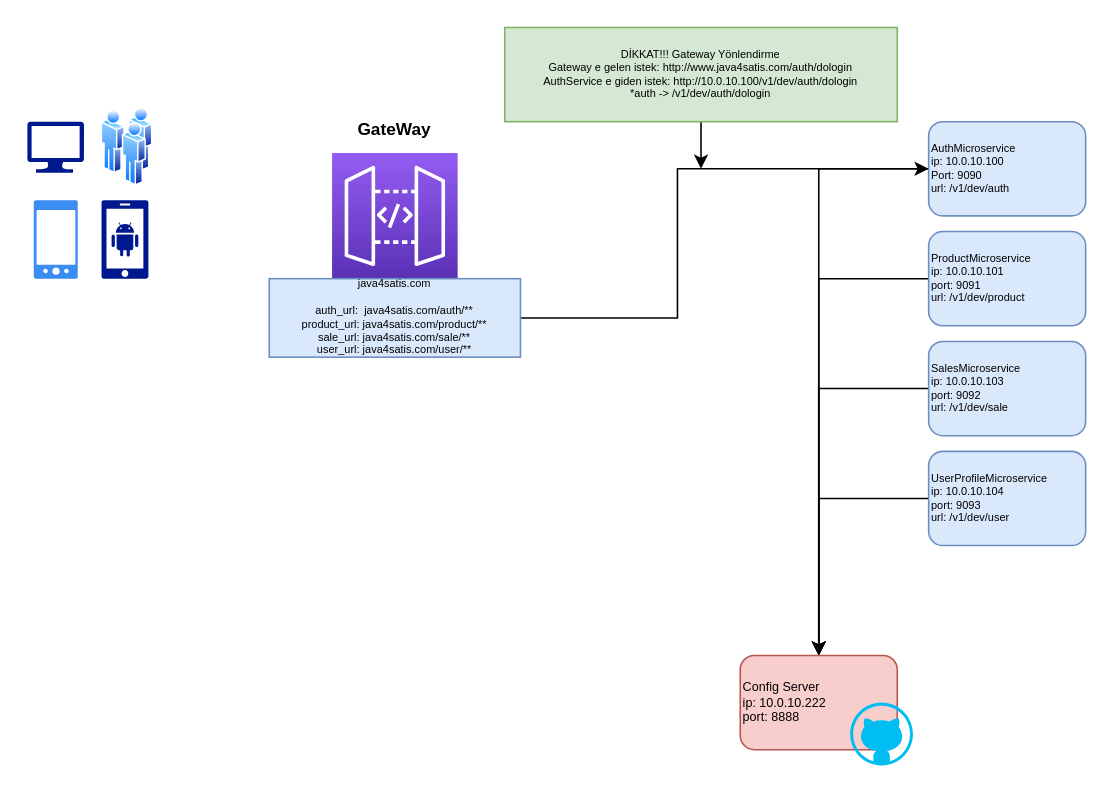
Before: Java4Arch.drawio in bilgejava6/Java4MicroService, a draw.io diagram. Source tidied: cells renumbered, new cells numbered last; positions are measured from the earlier drawing's top-left corner, leaving out a move shared by most shapes. Both pictures are drawn from the tidied source at 157%, with x=0, y=0 at pixel (27, 27).
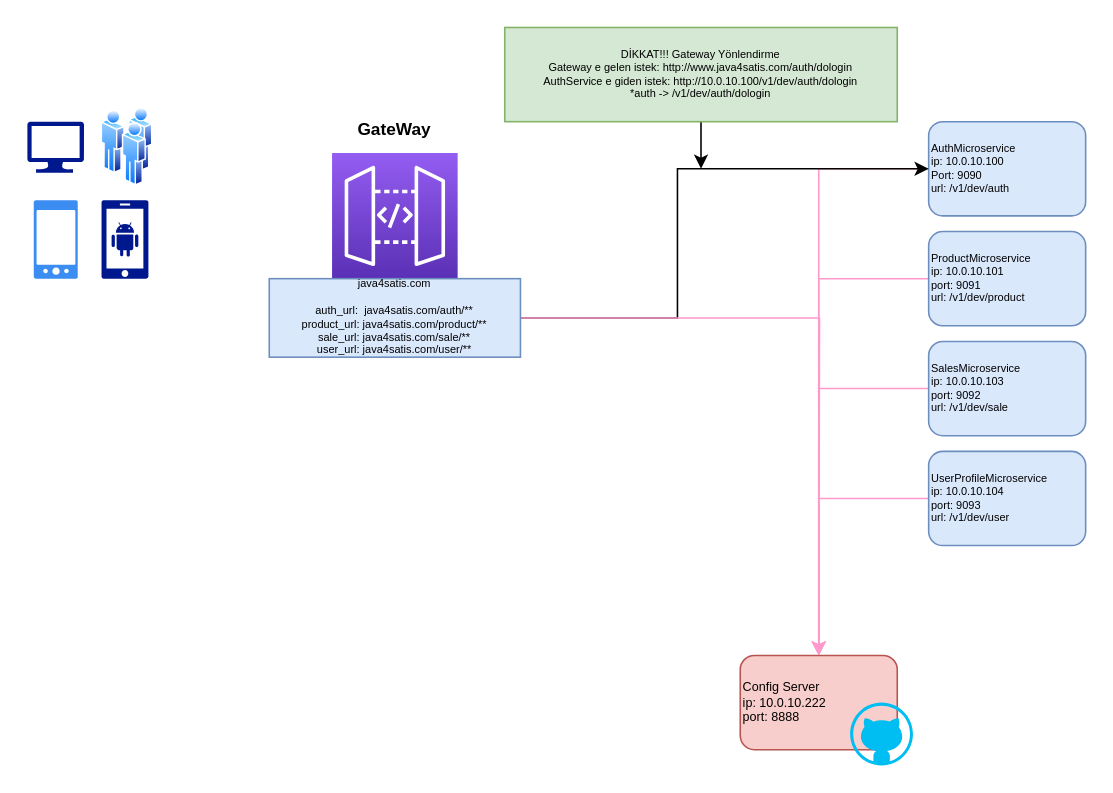
The same page after the edit.

The change refers to these unchanged cells:
```xml
<mxCell id="3" value="&lt;font style=&quot;font-size: 7px;&quot;&gt;AuthMicroservice&lt;br style=&quot;font-size: 7px;&quot;&gt;ip: 10.0.10.100&lt;br style=&quot;font-size: 7px;&quot;&gt;Port: 9090&lt;br style=&quot;font-size: 7px;&quot;&gt;url:&amp;nbsp;/v1/dev/auth&lt;br style=&quot;font-size: 7px;&quot;&gt;&lt;/font&gt;" style="rounded=1;whiteSpace=wrap;html=1;fillColor=#dae8fc;strokeColor=#6c8ebf;align=left;fontSize=7;horizontal=1;" parent="1" vertex="1">
  <mxGeometry x="574" y="60" width="100" height="60" as="geometry" />
</mxCell>
<mxCell id="5" value="&lt;font style=&quot;font-size: 7px;&quot;&gt;ProductMicroservice&lt;br style=&quot;font-size: 7px;&quot;&gt;ip: 10.0.10.101&lt;br style=&quot;font-size: 7px;&quot;&gt;port: 9091&lt;br style=&quot;font-size: 7px;&quot;&gt;url:&amp;nbsp;/v1/dev/product&lt;br style=&quot;font-size: 7px;&quot;&gt;&lt;/font&gt;" style="rounded=1;whiteSpace=wrap;html=1;fillColor=#dae8fc;strokeColor=#6c8ebf;align=left;fontSize=7;" parent="1" vertex="1">
  <mxGeometry x="574" y="130" width="100" height="60" as="geometry" />
</mxCell>
<mxCell id="7" value="&lt;font style=&quot;font-size: 7px;&quot;&gt;SalesMicroservice&lt;br style=&quot;font-size: 7px;&quot;&gt;ip: 10.0.10.103&lt;br style=&quot;font-size: 7px;&quot;&gt;port: 9092&lt;br style=&quot;font-size: 7px;&quot;&gt;url:&amp;nbsp;/v1/dev/sale&lt;br style=&quot;font-size: 7px;&quot;&gt;&lt;/font&gt;" style="rounded=1;whiteSpace=wrap;html=1;fillColor=#dae8fc;strokeColor=#6c8ebf;align=left;fontSize=7;" parent="1" vertex="1">
  <mxGeometry x="574" y="200" width="100" height="60" as="geometry" />
</mxCell>
<mxCell id="9" value="&lt;font style=&quot;font-size: 7px;&quot;&gt;UserProfileMicroservice&lt;br style=&quot;font-size: 7px;&quot;&gt;ip: 10.0.10.104&lt;br style=&quot;font-size: 7px;&quot;&gt;port: 9093&lt;br style=&quot;font-size: 7px;&quot;&gt;url:&amp;nbsp;/v1/dev/user&lt;br style=&quot;font-size: 7px;&quot;&gt;&lt;/font&gt;" style="rounded=1;whiteSpace=wrap;html=1;fillColor=#dae8fc;strokeColor=#6c8ebf;align=left;fontSize=7;" parent="1" vertex="1">
  <mxGeometry x="574" y="270" width="100" height="60" as="geometry" />
</mxCell>
<mxCell id="11" value="&lt;font style=&quot;font-size: 8px;&quot;&gt;Config Server&lt;br style=&quot;font-size: 8px;&quot;&gt;ip: 10.0.10.222&lt;br&gt;port: 8888&lt;br style=&quot;font-size: 8px;&quot;&gt;&lt;/font&gt;" style="rounded=1;whiteSpace=wrap;html=1;fillColor=#f8cecc;strokeColor=#b85450;align=left;fontSize=8;" parent="10" vertex="1">
  <mxGeometry width="100" height="60" as="geometry" />
</mxCell>
<mxCell id="20" value="java4satis.com&lt;br style=&quot;font-size: 7px;&quot;&gt;&lt;br style=&quot;font-size: 7px;&quot;&gt;auth_url:&amp;nbsp; java4satis.com/auth/**&lt;br style=&quot;font-size: 7px;&quot;&gt;product_url: java4satis.com/product/**&lt;br style=&quot;font-size: 7px;&quot;&gt;sale_url: java4satis.com/sale/**&lt;br style=&quot;font-size: 7px;&quot;&gt;user_url: java4satis.com/user/**" style="text;html=1;strokeColor=#6c8ebf;fillColor=#dae8fc;align=center;verticalAlign=middle;whiteSpace=wrap;rounded=0;fontSize=7;" parent="1" vertex="1">
  <mxGeometry x="154" y="160" width="160" height="50" as="geometry" />
</mxCell>
```

Diff of the diagram source:
```diff
@@
-    <mxCell id="2" style="edgeStyle=orthogonalEdgeStyle;rounded=0;jettySize=auto;html=1;fontSize=7;" parent="1" edge="1" source="3" target="11">
+    <mxCell id="2" style="edgeStyle=orthogonalEdgeStyle;rounded=0;jettySize=auto;html=1;fontSize=7;strokeColor=#FF99CC;" parent="1" edge="1" source="3" target="11">
       <mxGeometry relative="1" as="geometry" />
     </mxCell>
@@
-    <mxCell id="4" style="edgeStyle=orthogonalEdgeStyle;rounded=0;jettySize=auto;html=1;entryX=0.5;entryY=0;entryDx=0;entryDy=0;fontSize=7;" parent="1" edge="1" source="5" target="11">
+    <mxCell id="4" style="edgeStyle=orthogonalEdgeStyle;rounded=0;jettySize=auto;html=1;entryX=0.5;entryY=0;entryDx=0;entryDy=0;fontSize=7;strokeColor=#FF99CC;" parent="1" edge="1" source="5" target="11">
       <mxGeometry relative="1" as="geometry" />
     </mxCell>
@@
-    <mxCell id="6" style="edgeStyle=orthogonalEdgeStyle;rounded=0;jettySize=auto;html=1;entryX=0.5;entryY=0;entryDx=0;entryDy=0;fontSize=7;" parent="1" edge="1" source="7" target="11">
+    <mxCell id="6" style="edgeStyle=orthogonalEdgeStyle;rounded=0;jettySize=auto;html=1;entryX=0.5;entryY=0;entryDx=0;entryDy=0;fontSize=7;strokeColor=#FF99CC;" parent="1" edge="1" source="7" target="11">
       <mxGeometry relative="1" as="geometry" />
     </mxCell>
@@
-    <mxCell id="8" style="edgeStyle=orthogonalEdgeStyle;rounded=0;jettySize=auto;html=1;entryX=0.5;entryY=0;entryDx=0;entryDy=0;fontSize=7;" parent="1" edge="1" source="9" target="11">
+    <mxCell id="8" style="edgeStyle=orthogonalEdgeStyle;rounded=0;jettySize=auto;html=1;entryX=0.5;entryY=0;entryDx=0;entryDy=0;fontSize=7;strokeColor=#FF99CC;" parent="1" edge="1" source="9" target="11">
       <mxGeometry relative="1" as="geometry" />
     </mxCell>
@@
+    <mxCell id="23" style="edgeStyle=orthogonalEdgeStyle;rounded=0;jettySize=auto;html=1;fontSize=7;strokeColor=#FF99CC;" parent="1" edge="1" source="20">
+      <mxGeometry relative="1" as="geometry">
+        <mxPoint x="504" y="400" as="targetPoint" />
+      </mxGeometry>
+    </mxCell>
```
